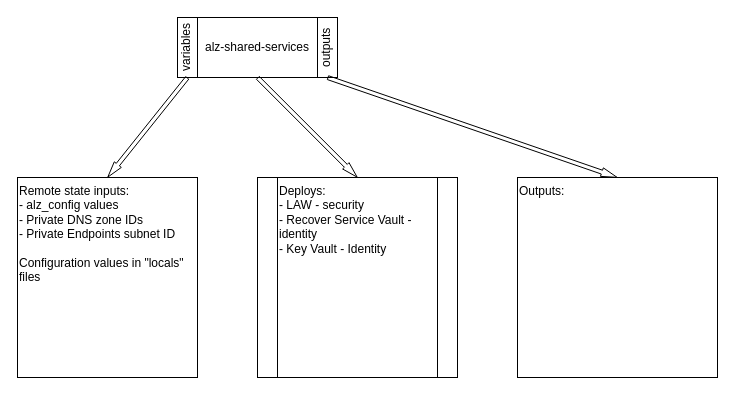
balazspados/azure-sandbox keeps this draw.io diagram as page "alz-shared-services" (5 of 5) of ta-alz.drawio. Above is the earlier version. Source tidied: cells renumbered, new cells numbered last; positions are measured from the earlier drawing's top-left corner, leaving out a move shared by most shapes. Both pictures are drawn from the tidied source at 100%, with x=0, y=0 at pixel (17, 17).
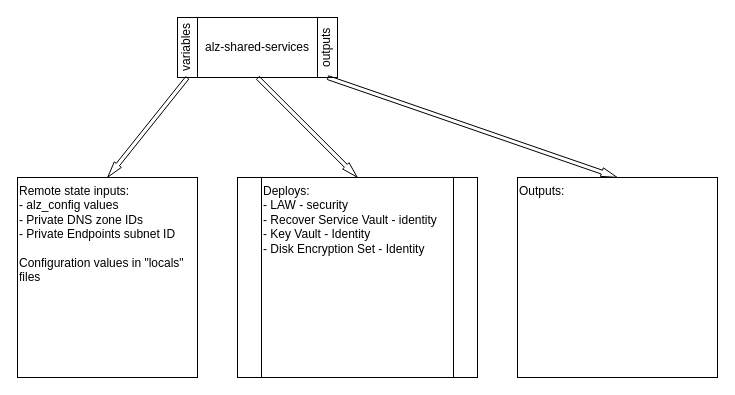
After the change.

Diff of the diagram source:
```diff
@@
 <mxGraphModel>
   <root>
     <mxCell id="0" />
     <mxCell id="1" parent="0" />
     <mxCell id="2" style="group;" parent="1" vertex="1">
       <mxGeometry x="160" width="160" height="60" as="geometry" />
     </mxCell>
     <mxCell id="3" value="alz-shared-services" style="rounded=0;whiteSpace=wrap;html=1;" parent="2" vertex="1">
       <mxGeometry x="20" width="120" height="60" as="geometry" />
     </mxCell>
     <mxCell id="4" value="outputs" style="rounded=0;whiteSpace=wrap;html=1;textDirection=vertical-rl;rotation=-180;" parent="2" vertex="1">
       <mxGeometry x="140" width="20" height="60" as="geometry" />
     </mxCell>
     <mxCell id="5" value="variables" style="rounded=0;whiteSpace=wrap;html=1;textDirection=vertical-lr;rotation=-180;" parent="2" vertex="1">
       <mxGeometry width="20" height="60" as="geometry" />
     </mxCell>
-    <mxCell id="6" value="&lt;div&gt;Deploys:&lt;/div&gt;- LAW - security&lt;div&gt;- Recover Service Vault - identity&lt;/div&gt;&lt;div&gt;- Key Vault - Identity&lt;br&gt;&lt;div&gt;&lt;div&gt;&lt;br&gt;&lt;/div&gt;&lt;/div&gt;&lt;/div&gt;" style="shape=process;whiteSpace=wrap;html=1;backgroundOutline=1;align=left;verticalAlign=top;" parent="1" vertex="1">
-      <mxGeometry x="240" y="160" width="200" height="200" as="geometry" />
+    <mxCell id="6" value="&lt;div&gt;Deploys:&lt;/div&gt;- LAW - security&lt;div&gt;- Recover Service Vault - identity&lt;/div&gt;&lt;div&gt;- Key Vault - Identity&lt;/div&gt;&lt;div&gt;- Disk Encryption Set - Identity&lt;br&gt;&lt;div&gt;&lt;div&gt;&lt;br&gt;&lt;/div&gt;&lt;/div&gt;&lt;/div&gt;" style="shape=process;whiteSpace=wrap;html=1;backgroundOutline=1;align=left;verticalAlign=top;" parent="1" vertex="1">
+      <mxGeometry x="220" y="160" width="240" height="200" as="geometry" />
     </mxCell>
     <mxCell id="7" value="Remote state inputs:&lt;br&gt;&lt;div&gt;- alz_config values&lt;/div&gt;&lt;div&gt;- Private DNS zone IDs&lt;/div&gt;&lt;div&gt;- Private Endpoints subnet ID&lt;/div&gt;&lt;div&gt;&lt;br&gt;&lt;/div&gt;&lt;div&gt;Configuration values in &quot;locals&quot; files&lt;/div&gt;" style="rounded=0;whiteSpace=wrap;html=1;align=left;verticalAlign=top;" parent="1" vertex="1">
       <mxGeometry y="160" width="180" height="200" as="geometry" />
     </mxCell>
     <mxCell id="8" style="shape=flexArrow;endArrow=classic;html=1;exitX=0.5;exitY=0;exitDx=0;exitDy=0;entryX=0.5;entryY=0;entryDx=0;entryDy=0;startSize=3;endSize=5;sourcePerimeterSpacing=0;endWidth=4;width=4;" parent="1" edge="1" source="5" target="7">
       <mxGeometry relative="1" as="geometry" />
     </mxCell>
     <mxCell id="9" style="shape=flexArrow;endArrow=classic;html=1;exitX=0.5;exitY=1;exitDx=0;exitDy=0;entryX=0.5;entryY=0;entryDx=0;entryDy=0;startSize=3;endSize=5;sourcePerimeterSpacing=0;endWidth=4;width=4;" parent="1" edge="1" source="3" target="6">
       <mxGeometry relative="1" as="geometry" />
     </mxCell>
     <mxCell id="10" value="Outputs:&lt;div&gt;&lt;br&gt;&lt;/div&gt;" style="rounded=0;whiteSpace=wrap;html=1;align=left;verticalAlign=top;" parent="1" vertex="1">
       <mxGeometry x="500" y="160" width="200" height="200" as="geometry" />
     </mxCell>
     <mxCell id="11" style="shape=flexArrow;endArrow=classic;html=1;exitX=0.5;exitY=0;exitDx=0;exitDy=0;entryX=0.5;entryY=0;entryDx=0;entryDy=0;startSize=3;endSize=5;sourcePerimeterSpacing=0;endWidth=4;width=4;" parent="1" edge="1" source="4" target="10">
       <mxGeometry relative="1" as="geometry" />
     </mxCell>
   </root>
 </mxGraphModel>
```
